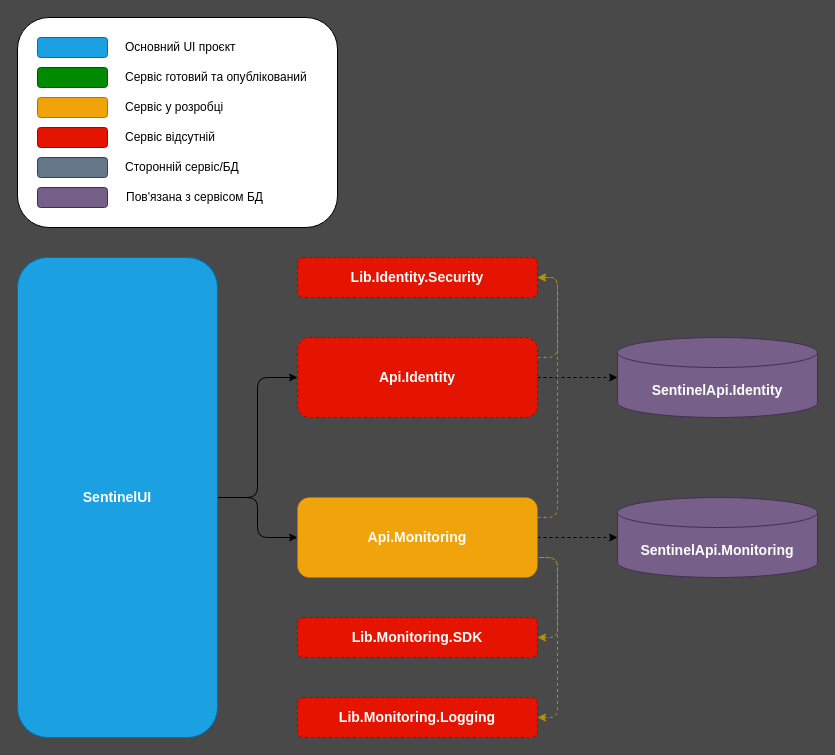
This is page "Architecture" (1 of 2) of docs/SentinelSchemes.drawio from SergioKostyukov/Sentinel, a draw.io file, before an edit. Source tidied: cells renumbered, new cells numbered last; positions are measured from the earlier drawing's top-left corner, leaving out a move shared by most shapes. Both pictures are drawn from the tidied source at 100%, with x=0, y=0 at pixel (17, 17).
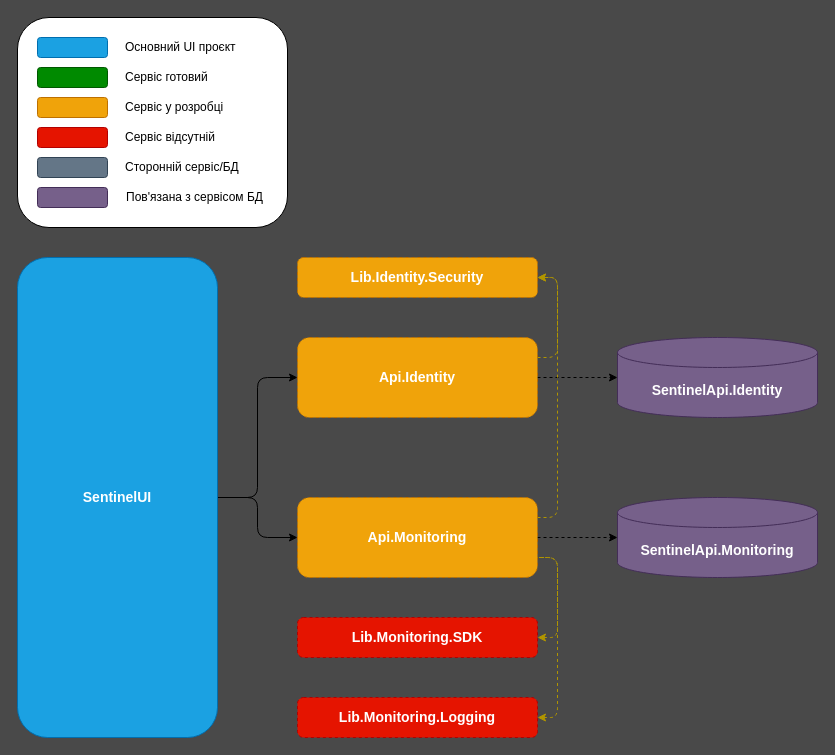
The same page after the edit.

Diff of the diagram source:
```diff
@@
     <mxCell id="5" style="rounded=1;whiteSpace=wrap;html=1;" parent="1" vertex="1">
-      <mxGeometry width="320" height="210" as="geometry" />
+      <mxGeometry width="270" height="210" as="geometry" />
     </mxCell>
@@
-    <mxCell id="12" value="Сервіс готовий та опублікований" style="text;html=1;align=left;verticalAlign=middle;whiteSpace=wrap;rounded=1;fillColor=none;" parent="1" vertex="1">
+    <mxCell id="12" value="Сервіс готовий" style="text;html=1;align=left;verticalAlign=middle;whiteSpace=wrap;rounded=1;fillColor=none;" parent="1" vertex="1">
       <mxGeometry x="106" y="45" width="204" height="30" as="geometry" />
     </mxCell>
@@
-    <mxCell id="20" value="&lt;span style=&quot;font-style: normal; font-variant-ligatures: normal; font-variant-caps: normal; letter-spacing: normal; orphans: 2; text-align: center; text-indent: 0px; text-transform: none; widows: 2; word-spacing: 0px; -webkit-text-stroke-width: 0px; text-decoration-thickness: initial; text-decoration-style: initial; text-decoration-color: initial; float: none; display: inline !important;&quot;&gt;&lt;font style=&quot;&quot;&gt;&lt;font style=&quot;&quot;&gt;&lt;span&gt;&lt;font style=&quot;color: rgb(255, 255, 255);&quot;&gt;Api.Identity&lt;/font&gt;&lt;/span&gt;&lt;/font&gt;&lt;/font&gt;&lt;/span&gt;" style="rounded=1;whiteSpace=wrap;html=1;fontStyle=1;dashed=1;fillColor=#e51400;fontColor=#ffffff;strokeColor=#B20000;fontSize=14;" parent="1" vertex="1">
+    <mxCell id="20" value="&lt;span style=&quot;font-style: normal; font-variant-ligatures: normal; font-variant-caps: normal; letter-spacing: normal; orphans: 2; text-align: center; text-indent: 0px; text-transform: none; widows: 2; word-spacing: 0px; -webkit-text-stroke-width: 0px; text-decoration-thickness: initial; text-decoration-style: initial; text-decoration-color: initial; float: none; display: inline !important;&quot;&gt;&lt;font style=&quot;&quot;&gt;&lt;font style=&quot;&quot;&gt;&lt;span&gt;&lt;font style=&quot;color: rgb(255, 255, 255);&quot;&gt;Api.Identity&lt;/font&gt;&lt;/span&gt;&lt;/font&gt;&lt;/font&gt;&lt;/span&gt;" style="rounded=1;whiteSpace=wrap;html=1;fontStyle=1;dashed=1;fillColor=#f0a30a;fontColor=#000000;strokeColor=#BD7000;fontSize=14;" parent="1" vertex="1">
       <mxGeometry x="280" y="320" width="240" height="80" as="geometry" />
     </mxCell>
@@
-    <mxCell id="25" value="&lt;span style=&quot;font-style: normal; font-variant-ligatures: normal; font-variant-caps: normal; letter-spacing: normal; orphans: 2; text-align: center; text-indent: 0px; text-transform: none; widows: 2; word-spacing: 0px; -webkit-text-stroke-width: 0px; text-decoration-thickness: initial; text-decoration-style: initial; text-decoration-color: initial; float: none; display: inline !important;&quot;&gt;&lt;font style=&quot;&quot;&gt;&lt;font style=&quot;&quot;&gt;&lt;span style=&quot;color: rgb(255, 255, 255);&quot;&gt;&lt;font style=&quot;&quot;&gt;Lib.Identity.Security&lt;/font&gt;&lt;/span&gt;&lt;/font&gt;&lt;/font&gt;&lt;/span&gt;&lt;div&gt;&lt;/div&gt;" style="rounded=1;whiteSpace=wrap;html=1;fontStyle=1;dashed=1;fillColor=#e51400;fontColor=#ffffff;strokeColor=#B20000;fontSize=14;" parent="1" vertex="1">
+    <mxCell id="25" value="&lt;span style=&quot;font-style: normal; font-variant-ligatures: normal; font-variant-caps: normal; letter-spacing: normal; orphans: 2; text-align: center; text-indent: 0px; text-transform: none; widows: 2; word-spacing: 0px; -webkit-text-stroke-width: 0px; text-decoration-thickness: initial; text-decoration-style: initial; text-decoration-color: initial; float: none; display: inline !important;&quot;&gt;&lt;font style=&quot;&quot;&gt;&lt;font style=&quot;&quot;&gt;&lt;span style=&quot;color: rgb(255, 255, 255);&quot;&gt;&lt;font style=&quot;&quot;&gt;Lib.Identity.Security&lt;/font&gt;&lt;/span&gt;&lt;/font&gt;&lt;/font&gt;&lt;/span&gt;&lt;div&gt;&lt;/div&gt;" style="rounded=1;whiteSpace=wrap;html=1;fontStyle=1;dashed=1;fillColor=#f0a30a;fontColor=#000000;strokeColor=#BD7000;fontSize=14;" parent="1" vertex="1">
       <mxGeometry x="280" y="240" width="240" height="40" as="geometry" />
     </mxCell>
```
